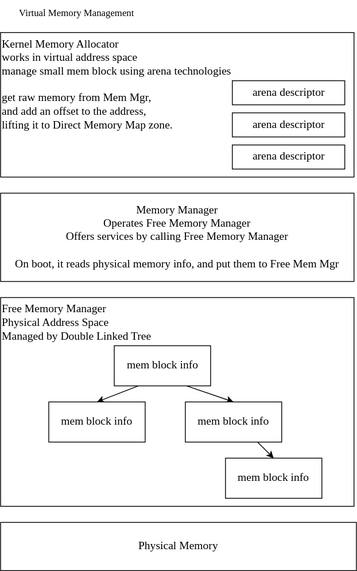
This is repos/monkey/doc/yros-memory-manager-structure.svg from MacixOwl/genode, a draw.io export, as it was before one commit. Source tidied: cells renumbered, new cells last; positions are measured from the earlier drawing's top-left corner, leaving out a move shared by most shapes.
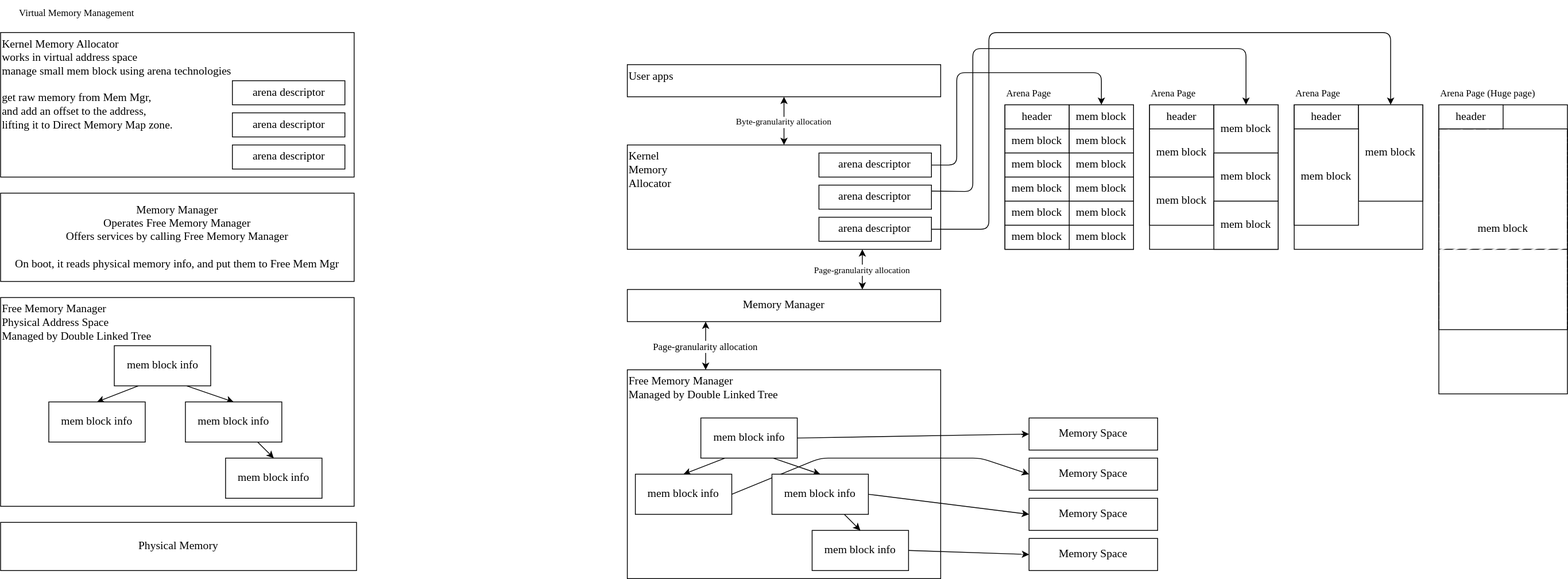
Above is the later version.

Commit message:
Update yros mm struct doc (svg).

Diff of the diagram source:
```diff
@@ -47,5 +47,213 @@
     <mxCell id="16" value="Virtual Memory Management" style="text;align=center;verticalAlign=middle;strokeColor=none;fillColor=none;fontFamily=MiSans;" parent="1" vertex="1">
       <mxGeometry width="190" height="30" as="geometry" />
     </mxCell>
+    <mxCell id="17" value="Free Memory Manager&lt;br style=&quot;font-size: 14px;&quot;&gt;Managed by Double Linked Tree" style="rounded=0;whiteSpace=wrap;html=1;fontFamily=MiSans;align=left;verticalAlign=top;fontSize=14;" parent="1" vertex="1">
+      <mxGeometry x="780" y="460" width="390" height="260" as="geometry" />
+    </mxCell>
+    <mxCell id="18" style="edgeStyle=none;html=1;exitX=0.25;exitY=1;exitDx=0;exitDy=0;entryX=0.5;entryY=0;entryDx=0;entryDy=0;fontSize=14;" parent="1" edge="1" source="21" target="23">
+      <mxGeometry relative="1" as="geometry" />
+    </mxCell>
+    <mxCell id="19" style="edgeStyle=none;html=1;exitX=0.75;exitY=1;exitDx=0;exitDy=0;entryX=0.5;entryY=0;entryDx=0;entryDy=0;fontSize=14;" parent="1" edge="1" source="21" target="26">
+      <mxGeometry relative="1" as="geometry" />
+    </mxCell>
+    <mxCell id="20" style="edgeStyle=none;exitX=1;exitY=0.5;exitDx=0;exitDy=0;entryX=0;entryY=0.5;entryDx=0;entryDy=0;" parent="1" edge="1" source="21" target="66">
+      <mxGeometry relative="1" as="geometry" />
+    </mxCell>
+    <mxCell id="21" value="mem block info" style="rounded=0;whiteSpace=wrap;html=1;fontFamily=MiSans;align=center;verticalAlign=middle;fontSize=14;" parent="1" vertex="1">
+      <mxGeometry x="871.5" y="520" width="120" height="50" as="geometry" />
+    </mxCell>
+    <mxCell id="22" style="edgeStyle=none;exitX=1;exitY=0.5;exitDx=0;exitDy=0;entryX=0;entryY=0.5;entryDx=0;entryDy=0;" parent="1" edge="1" source="23">
+      <mxGeometry relative="1" as="geometry">
+        <mxPoint x="1280" y="590" as="targetPoint" />
+        <Array as="points">
+          <mxPoint x="1020" y="570" />
+          <mxPoint x="1220" y="570" />
+        </Array>
+      </mxGeometry>
+    </mxCell>
+    <mxCell id="23" value="mem block info" style="rounded=0;whiteSpace=wrap;html=1;fontFamily=MiSans;align=center;verticalAlign=middle;fontSize=14;" parent="1" vertex="1">
+      <mxGeometry x="790" y="590" width="120" height="50" as="geometry" />
+    </mxCell>
+    <mxCell id="24" style="edgeStyle=none;html=1;exitX=0.75;exitY=1;exitDx=0;exitDy=0;entryX=0.5;entryY=0;entryDx=0;entryDy=0;fontSize=14;" parent="1" edge="1" source="26" target="28">
+      <mxGeometry relative="1" as="geometry" />
+    </mxCell>
+    <mxCell id="25" style="edgeStyle=none;exitX=1;exitY=0.5;exitDx=0;exitDy=0;entryX=0;entryY=0.5;entryDx=0;entryDy=0;" parent="1" edge="1" source="26">
+      <mxGeometry relative="1" as="geometry">
+        <mxPoint x="1280" y="640" as="targetPoint" />
+      </mxGeometry>
+    </mxCell>
+    <mxCell id="26" value="mem block info" style="rounded=0;whiteSpace=wrap;html=1;fontFamily=MiSans;align=center;verticalAlign=middle;fontSize=14;" parent="1" vertex="1">
+      <mxGeometry x="960" y="590" width="120" height="50" as="geometry" />
+    </mxCell>
+    <mxCell id="27" style="edgeStyle=none;exitX=1;exitY=0.5;exitDx=0;exitDy=0;entryX=0;entryY=0.5;entryDx=0;entryDy=0;" parent="1" edge="1" source="28">
+      <mxGeometry relative="1" as="geometry">
+        <mxPoint x="1280" y="690" as="targetPoint" />
+      </mxGeometry>
+    </mxCell>
+    <mxCell id="28" value="mem block info" style="rounded=0;whiteSpace=wrap;html=1;fontFamily=MiSans;align=center;verticalAlign=middle;fontSize=14;" parent="1" vertex="1">
+      <mxGeometry x="1010" y="660" width="120" height="50" as="geometry" />
+    </mxCell>
+    <mxCell id="29" value="Page-granularity allocation" style="edgeStyle=none;exitX=0.25;exitY=1;exitDx=0;exitDy=0;entryX=0.25;entryY=0;entryDx=0;entryDy=0;fontFamily=MiSans;fontSize=12;startArrow=classic;startFill=1;" parent="1" edge="1" source="31" target="17">
+      <mxGeometry relative="1" as="geometry" />
+    </mxCell>
+    <mxCell id="30" value="Page-granularity allocation" style="edgeStyle=none;exitX=0.75;exitY=0;exitDx=0;exitDy=0;entryX=0.75;entryY=1;entryDx=0;entryDy=0;startArrow=classic;startFill=1;fontFamily=MiSans;" parent="1" edge="1" source="31" target="32">
+      <mxGeometry relative="1" as="geometry" />
+    </mxCell>
+    <mxCell id="31" value="Memory Manager" style="rounded=0;whiteSpace=wrap;html=1;fontFamily=MiSans;align=center;verticalAlign=middle;fontSize=14;" parent="1" vertex="1">
+      <mxGeometry x="780" y="360" width="390" height="40" as="geometry" />
+    </mxCell>
+    <mxCell id="32" value="Kernel&lt;div&gt;Memory&lt;div&gt;Allocator&lt;br style=&quot;font-size: 14px;&quot;&gt;&lt;/div&gt;&lt;/div&gt;" style="rounded=0;whiteSpace=wrap;html=1;fontFamily=MiSans;align=left;verticalAlign=top;fontSize=14;" parent="1" vertex="1">
+      <mxGeometry x="780" y="180" width="390" height="130" as="geometry" />
+    </mxCell>
+    <mxCell id="33" style="edgeStyle=none;exitX=1;exitY=0.5;exitDx=0;exitDy=0;entryX=0.5;entryY=0;entryDx=0;entryDy=0;" parent="1" edge="1" source="34" target="41">
+      <mxGeometry relative="1" as="geometry">
+        <Array as="points">
+          <mxPoint x="1190" y="205" />
+          <mxPoint x="1190" y="90" />
+          <mxPoint x="1370" y="90" />
+        </Array>
+      </mxGeometry>
+    </mxCell>
+    <mxCell id="34" value="arena descriptor" style="rounded=0;whiteSpace=wrap;html=1;fontFamily=MiSans;align=center;verticalAlign=middle;fontSize=14;" parent="1" vertex="1">
+      <mxGeometry x="1018.5" y="190" width="140" height="30" as="geometry" />
+    </mxCell>
+    <mxCell id="35" style="edgeStyle=none;exitX=1;exitY=0.25;exitDx=0;exitDy=0;entryX=0.5;entryY=0;entryDx=0;entryDy=0;" parent="1" edge="1" source="36" target="55">
+      <mxGeometry relative="1" as="geometry">
+        <Array as="points">
+          <mxPoint x="1210" y="238" />
+          <mxPoint x="1210" y="60" />
+          <mxPoint x="1550" y="60" />
+        </Array>
+      </mxGeometry>
+    </mxCell>
+    <mxCell id="36" value="arena descriptor" style="rounded=0;whiteSpace=wrap;html=1;fontFamily=MiSans;align=center;verticalAlign=middle;fontSize=14;" parent="1" vertex="1">
+      <mxGeometry x="1018.5" y="230" width="140" height="30" as="geometry" />
+    </mxCell>
+    <mxCell id="37" style="edgeStyle=none;exitX=1;exitY=0.5;exitDx=0;exitDy=0;entryX=0.5;entryY=0;entryDx=0;entryDy=0;" parent="1" edge="1" source="38" target="63">
+      <mxGeometry relative="1" as="geometry">
+        <Array as="points">
+          <mxPoint x="1230" y="285" />
+          <mxPoint x="1230" y="40" />
+          <mxPoint x="1730" y="40" />
+        </Array>
+      </mxGeometry>
+    </mxCell>
+    <mxCell id="38" value="arena descriptor" style="rounded=0;whiteSpace=wrap;html=1;fontFamily=MiSans;align=center;verticalAlign=middle;fontSize=14;" parent="1" vertex="1">
+      <mxGeometry x="1018.5" y="270" width="140" height="30" as="geometry" />
+    </mxCell>
+    <mxCell id="39" style="rounded=0;whiteSpace=wrap;html=1;fontFamily=MiSans;align=left;verticalAlign=top;fontSize=14;" parent="1" vertex="1">
+      <mxGeometry x="1250" y="130" width="160" height="180" as="geometry" />
+    </mxCell>
+    <mxCell id="40" value="header" style="rounded=0;whiteSpace=wrap;html=1;fontFamily=MiSans;align=center;verticalAlign=middle;fontSize=14;" parent="1" vertex="1">
+      <mxGeometry x="1250" y="130" width="80" height="30" as="geometry" />
+    </mxCell>
+    <mxCell id="41" value="mem block" style="rounded=0;whiteSpace=wrap;html=1;fontFamily=MiSans;align=center;verticalAlign=middle;fontSize=14;" parent="1" vertex="1">
+      <mxGeometry x="1330" y="130" width="80" height="30" as="geometry" />
+    </mxCell>
+    <mxCell id="42" value="mem block" style="rounded=0;whiteSpace=wrap;html=1;fontFamily=MiSans;align=center;verticalAlign=middle;fontSize=14;" parent="1" vertex="1">
+      <mxGeometry x="1250" y="160" width="80" height="30" as="geometry" />
+    </mxCell>
+    <mxCell id="43" value="mem block" style="rounded=0;whiteSpace=wrap;html=1;fontFamily=MiSans;align=center;verticalAlign=middle;fontSize=14;" parent="1" vertex="1">
+      <mxGeometry x="1330" y="160" width="80" height="30" as="geometry" />
+    </mxCell>
+    <mxCell id="44" value="mem block" style="rounded=0;whiteSpace=wrap;html=1;fontFamily=MiSans;align=center;verticalAlign=middle;fontSize=14;" parent="1" vertex="1">
+      <mxGeometry x="1330" y="190" width="80" height="30" as="geometry" />
+    </mxCell>
+    <mxCell id="45" value="mem block" style="rounded=0;whiteSpace=wrap;html=1;fontFamily=MiSans;align=center;verticalAlign=middle;fontSize=14;" parent="1" vertex="1">
+      <mxGeometry x="1250" y="190" width="80" height="30" as="geometry" />
+    </mxCell>
+    <mxCell id="46" value="mem block" style="rounded=0;whiteSpace=wrap;html=1;fontFamily=MiSans;align=center;verticalAlign=middle;fontSize=14;" parent="1" vertex="1">
+      <mxGeometry x="1330" y="220" width="80" height="30" as="geometry" />
+    </mxCell>
+    <mxCell id="47" value="mem block" style="rounded=0;whiteSpace=wrap;html=1;fontFamily=MiSans;align=center;verticalAlign=middle;fontSize=14;" parent="1" vertex="1">
+      <mxGeometry x="1250" y="220" width="80" height="30" as="geometry" />
+    </mxCell>
+    <mxCell id="48" value="mem block" style="rounded=0;whiteSpace=wrap;html=1;fontFamily=MiSans;align=center;verticalAlign=middle;fontSize=14;" parent="1" vertex="1">
+      <mxGeometry x="1330" y="250" width="80" height="30" as="geometry" />
+    </mxCell>
+    <mxCell id="49" value="mem block" style="rounded=0;whiteSpace=wrap;html=1;fontFamily=MiSans;align=center;verticalAlign=middle;fontSize=14;" parent="1" vertex="1">
+      <mxGeometry x="1250" y="250" width="80" height="30" as="geometry" />
+    </mxCell>
+    <mxCell id="50" value="mem block" style="rounded=0;whiteSpace=wrap;html=1;fontFamily=MiSans;align=center;verticalAlign=middle;fontSize=14;" parent="1" vertex="1">
+      <mxGeometry x="1330" y="280" width="80" height="30" as="geometry" />
+    </mxCell>
+    <mxCell id="51" value="mem block" style="rounded=0;whiteSpace=wrap;html=1;fontFamily=MiSans;align=center;verticalAlign=middle;fontSize=14;" parent="1" vertex="1">
+      <mxGeometry x="1250" y="280" width="80" height="30" as="geometry" />
+    </mxCell>
+    <mxCell id="52" value="Arena Page" style="text;align=left;verticalAlign=middle;strokeColor=none;fillColor=none;fontFamily=MiSans;" parent="1" vertex="1">
+      <mxGeometry x="1250" y="100" width="90" height="30" as="geometry" />
+    </mxCell>
+    <mxCell id="53" style="rounded=0;whiteSpace=wrap;html=1;fontFamily=MiSans;align=left;verticalAlign=top;fontSize=14;" parent="1" vertex="1">
+      <mxGeometry x="1430" y="130" width="160" height="180" as="geometry" />
+    </mxCell>
+    <mxCell id="54" value="header" style="rounded=0;whiteSpace=wrap;html=1;fontFamily=MiSans;align=center;verticalAlign=middle;fontSize=14;" parent="1" vertex="1">
+      <mxGeometry x="1430" y="130" width="80" height="30" as="geometry" />
+    </mxCell>
+    <mxCell id="55" value="mem block" style="rounded=0;whiteSpace=wrap;html=1;fontFamily=MiSans;align=center;verticalAlign=middle;fontSize=14;" parent="1" vertex="1">
+      <mxGeometry x="1510" y="130" width="80" height="60" as="geometry" />
+    </mxCell>
+    <mxCell id="56" value="Arena Page" style="text;align=left;verticalAlign=middle;strokeColor=none;fillColor=none;fontFamily=MiSans;" parent="1" vertex="1">
+      <mxGeometry x="1430" y="100" width="90" height="30" as="geometry" />
+    </mxCell>
+    <mxCell id="57" value="mem block" style="rounded=0;whiteSpace=wrap;html=1;fontFamily=MiSans;align=center;verticalAlign=middle;fontSize=14;" parent="1" vertex="1">
+      <mxGeometry x="1430" y="160" width="80" height="60" as="geometry" />
+    </mxCell>
+    <mxCell id="58" value="mem block" style="rounded=0;whiteSpace=wrap;html=1;fontFamily=MiSans;align=center;verticalAlign=middle;fontSize=14;" parent="1" vertex="1">
+      <mxGeometry x="1510" y="190" width="80" height="60" as="geometry" />
+    </mxCell>
+    <mxCell id="59" value="mem block" style="rounded=0;whiteSpace=wrap;html=1;fontFamily=MiSans;align=center;verticalAlign=middle;fontSize=14;" parent="1" vertex="1">
+      <mxGeometry x="1430" y="220" width="80" height="60" as="geometry" />
+    </mxCell>
+    <mxCell id="60" value="mem block" style="rounded=0;whiteSpace=wrap;html=1;fontFamily=MiSans;align=center;verticalAlign=middle;fontSize=14;" parent="1" vertex="1">
+      <mxGeometry x="1510" y="250" width="80" height="60" as="geometry" />
+    </mxCell>
+    <mxCell id="61" style="rounded=0;whiteSpace=wrap;html=1;fontFamily=MiSans;align=left;verticalAlign=top;fontSize=14;" parent="1" vertex="1">
+      <mxGeometry x="1610" y="130" width="160" height="180" as="geometry" />
+    </mxCell>
+    <mxCell id="62" value="header" style="rounded=0;whiteSpace=wrap;html=1;fontFamily=MiSans;align=center;verticalAlign=middle;fontSize=14;" parent="1" vertex="1">
+      <mxGeometry x="1610" y="130" width="80" height="30" as="geometry" />
+    </mxCell>
+    <mxCell id="63" value="mem block" style="rounded=0;whiteSpace=wrap;html=1;fontFamily=MiSans;align=center;verticalAlign=middle;fontSize=14;" parent="1" vertex="1">
+      <mxGeometry x="1690" y="130" width="80" height="120" as="geometry" />
+    </mxCell>
+    <mxCell id="64" value="Arena Page" style="text;align=left;verticalAlign=middle;strokeColor=none;fillColor=none;fontFamily=MiSans;" parent="1" vertex="1">
+      <mxGeometry x="1610" y="100" width="90" height="30" as="geometry" />
+    </mxCell>
+    <mxCell id="65" value="mem block" style="rounded=0;whiteSpace=wrap;html=1;fontFamily=MiSans;align=center;verticalAlign=middle;fontSize=14;" parent="1" vertex="1">
+      <mxGeometry x="1610" y="160" width="80" height="120" as="geometry" />
+    </mxCell>
+    <mxCell id="66" value="Memory Space" style="rounded=0;whiteSpace=wrap;html=1;fontFamily=MiSans;fontSize=14;" parent="1" vertex="1">
+      <mxGeometry x="1280" y="520" width="160" height="40" as="geometry" />
+    </mxCell>
+    <mxCell id="67" value="Memory Space" style="rounded=0;whiteSpace=wrap;html=1;fontFamily=MiSans;fontSize=14;" parent="1" vertex="1">
+      <mxGeometry x="1280" y="570" width="160" height="40" as="geometry" />
+    </mxCell>
+    <mxCell id="68" value="Memory Space" style="rounded=0;whiteSpace=wrap;html=1;fontFamily=MiSans;fontSize=14;" parent="1" vertex="1">
+      <mxGeometry x="1280" y="620" width="160" height="40" as="geometry" />
+    </mxCell>
+    <mxCell id="69" value="Memory Space" style="rounded=0;whiteSpace=wrap;html=1;fontFamily=MiSans;fontSize=14;" parent="1" vertex="1">
+      <mxGeometry x="1280" y="670" width="160" height="40" as="geometry" />
+    </mxCell>
+    <mxCell id="70" value="Byte-granularity allocation" style="edgeStyle=none;exitX=0.5;exitY=1;exitDx=0;exitDy=0;startArrow=classic;startFill=1;fontFamily=MiSans;" parent="1" edge="1" source="71" target="32">
+      <mxGeometry relative="1" as="geometry" />
+    </mxCell>
+    <mxCell id="71" value="User apps" style="rounded=0;whiteSpace=wrap;html=1;fontFamily=MiSans;align=left;verticalAlign=top;fontSize=14;" parent="1" vertex="1">
+      <mxGeometry x="780" y="80" width="390" height="40" as="geometry" />
+    </mxCell>
+    <mxCell id="72" style="rounded=0;whiteSpace=wrap;html=1;fontFamily=MiSans;align=left;verticalAlign=top;fontSize=14;" parent="1" vertex="1">
+      <mxGeometry x="1790" y="130" width="160" height="180" as="geometry" />
+    </mxCell>
+    <mxCell id="73" value="header" style="rounded=0;whiteSpace=wrap;html=1;fontFamily=MiSans;align=center;verticalAlign=middle;fontSize=14;" parent="1" vertex="1">
+      <mxGeometry x="1790" y="130" width="80" height="30" as="geometry" />
+    </mxCell>
+    <mxCell id="74" value="Arena Page (Huge page)" style="text;align=left;verticalAlign=middle;strokeColor=none;fillColor=none;fontFamily=MiSans;" parent="1" vertex="1">
+      <mxGeometry x="1790" y="100" width="160" height="30" as="geometry" />
+    </mxCell>
+    <mxCell id="75" style="rounded=0;whiteSpace=wrap;html=1;fontFamily=MiSans;align=left;verticalAlign=top;fontSize=14;" parent="1" vertex="1">
+      <mxGeometry x="1790" y="310" width="160" height="180" as="geometry" />
+    </mxCell>
+    <mxCell id="76" value="mem block" style="rounded=0;whiteSpace=wrap;html=1;fontFamily=MiSans;align=center;verticalAlign=middle;fontSize=14;fillStyle=zigzag-line;" parent="1" vertex="1">
+      <mxGeometry x="1790" y="160" width="160" height="250" as="geometry" />
+    </mxCell>
   </root>
 </mxGraphModel>
```
